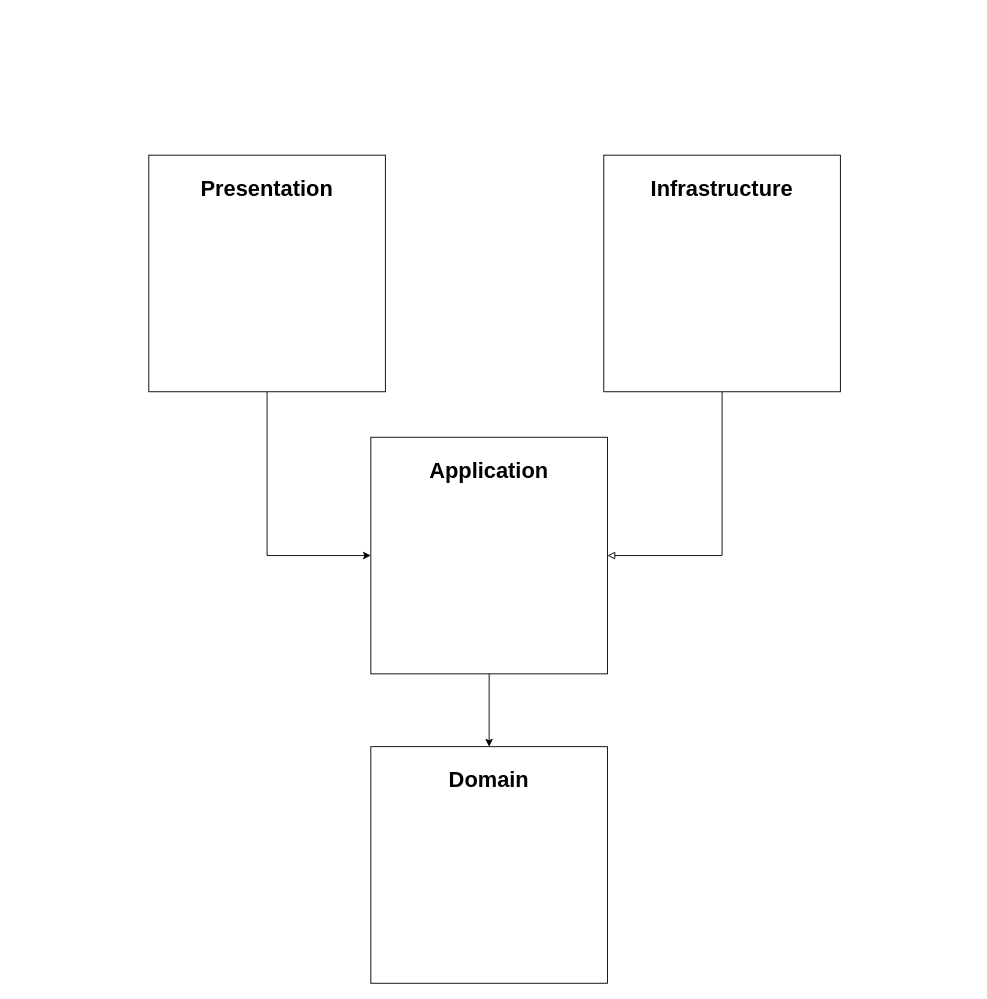
lodygin/angular-clean-architecture keeps this draw.io diagram as diagrams/angular-clean-architecture.drawio. Above is the earlier version. Source tidied: cells renumbered, new cells numbered last; positions are measured from the earlier drawing's top-left corner, leaving out a move shared by most shapes. Both pictures are drawn from the tidied source at 91%, with x=0, y=0 at pixel (148, 155).
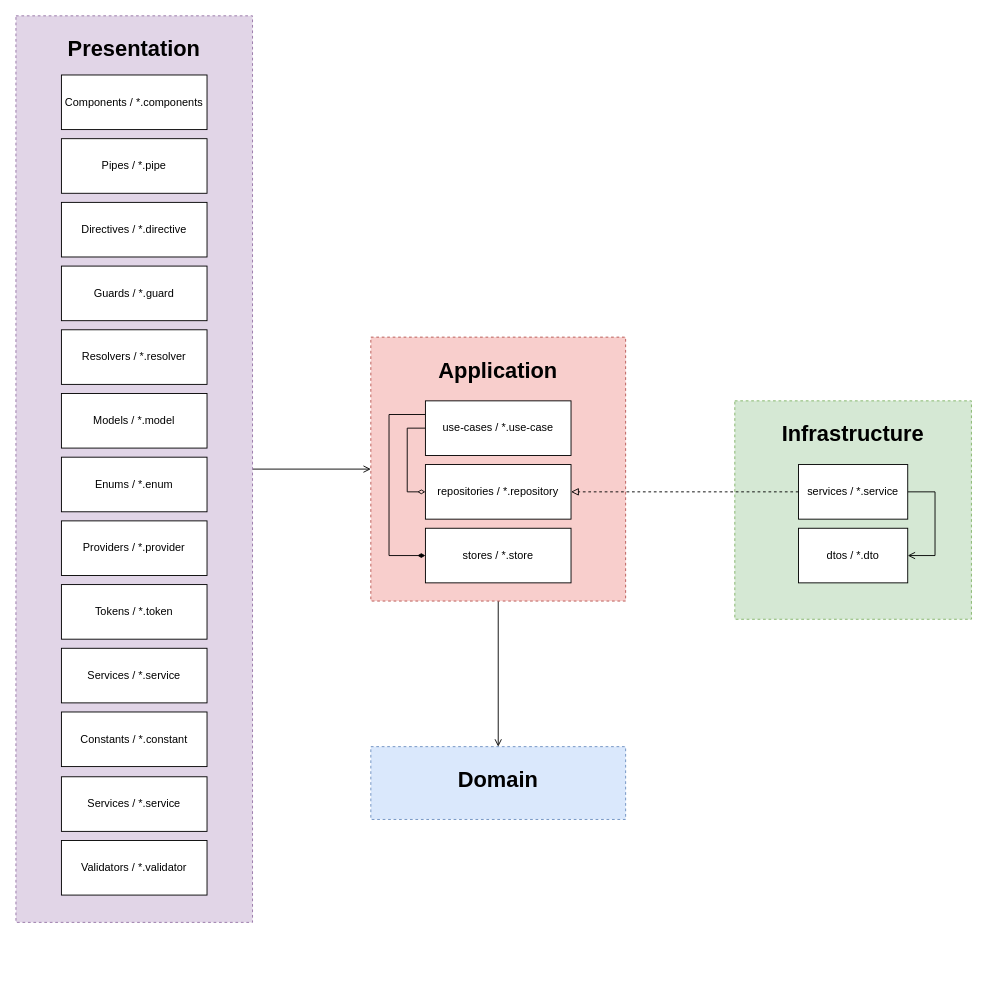
Above is the later version.

Commit message:
fill in layers with components

Diff of the diagram source:
```diff
@@
-    <mxCell id="2" style="edgeStyle=orthogonalEdgeStyle;rounded=0;jettySize=auto;html=1;entryX=0;entryY=0.5;entryDx=0;entryDy=0;" parent="1" edge="1" source="3" target="7">
+    <mxCell id="2" style="edgeStyle=orthogonalEdgeStyle;rounded=0;jettySize=auto;html=1;entryX=0;entryY=0.5;entryDx=0;entryDy=0;endArrow=open;endFill=0;" parent="1" edge="1" source="3" target="7">
       <mxGeometry relative="1" as="geometry" />
     </mxCell>
+    <mxCell id="6" style="edgeStyle=orthogonalEdgeStyle;rounded=0;jettySize=auto;html=1;endArrow=open;endFill=0;" parent="1" edge="1" source="7" target="8">
+      <mxGeometry relative="1" as="geometry" />
+    </mxCell>
+    <mxCell id="8" value="&lt;h1&gt;Domain&lt;/h1&gt;" style="whiteSpace=wrap;html=1;verticalAlign=top;dashed=1;fillColor=#dae8fc;strokeColor=#6c8ebf;" parent="1" vertex="1">
+      <mxGeometry x="244" y="650" width="280" height="80" as="geometry" />
+    </mxCell>
+    <mxCell id="9" style="group;glass=0;rounded=0;fillColor=#d5e8d4;strokeColor=none;" parent="1" vertex="1">
+      <mxGeometry x="644" y="270" width="260" height="240" as="geometry" />
+    </mxCell>
+    <mxCell id="5" value="&lt;h1&gt;Infrastructure&lt;/h1&gt;" style="whiteSpace=wrap;html=1;verticalAlign=top;dashed=1;fillColor=#d5e8d4;strokeColor=#82b366;" parent="9" vertex="1">
+      <mxGeometry width="260" height="240" as="geometry" />
+    </mxCell>
+    <mxCell id="10" style="edgeStyle=orthogonalEdgeStyle;rounded=0;jettySize=auto;html=1;entryX=1;entryY=0.5;entryDx=0;entryDy=0;exitX=1;exitY=0.5;exitDx=0;exitDy=0;endArrow=open;endFill=0;" parent="9" edge="1" source="11" target="12">
+      <mxGeometry relative="1" as="geometry">
+        <Array as="points">
+          <mxPoint x="220" y="100" />
+          <mxPoint x="220" y="170" />
+        </Array>
+      </mxGeometry>
+    </mxCell>
+    <mxCell id="11" value="services / *.service" style="rounded=0;whiteSpace=wrap;html=1;" parent="9" vertex="1">
+      <mxGeometry x="70" y="70" width="120" height="60" as="geometry" />
+    </mxCell>
+    <mxCell id="12" value="dtos / *.dto" style="rounded=0;whiteSpace=wrap;html=1;" parent="9" vertex="1">
+      <mxGeometry x="70" y="140" width="120" height="60" as="geometry" />
+    </mxCell>
+    <mxCell id="13" style="group;" parent="1" vertex="1">
+      <mxGeometry x="244" y="200" width="280" height="290" as="geometry" />
+    </mxCell>
+    <mxCell id="7" value="&lt;h1&gt;Application&lt;/h1&gt;" style="whiteSpace=wrap;html=1;verticalAlign=top;dashed=1;fillColor=#f8cecc;strokeColor=#b85450;" parent="13" vertex="1">
+      <mxGeometry width="280" height="290" as="geometry" />
+    </mxCell>
+    <mxCell id="14" style="edgeStyle=orthogonalEdgeStyle;rounded=0;jettySize=auto;html=1;entryX=0;entryY=0.5;entryDx=0;entryDy=0;exitX=0;exitY=0.5;exitDx=0;exitDy=0;endArrow=diamondThin;endFill=0;" parent="13" edge="1" source="16" target="17">
+      <mxGeometry relative="1" as="geometry" />
+    </mxCell>
+    <mxCell id="15" style="edgeStyle=orthogonalEdgeStyle;rounded=0;jettySize=auto;html=1;entryX=0;entryY=0.5;entryDx=0;entryDy=0;endArrow=diamondThin;endFill=1;exitX=0;exitY=0.25;exitDx=0;exitDy=0;" parent="13" edge="1" source="16" target="18">
+      <mxGeometry relative="1" as="geometry">
+        <Array as="points">
+          <mxPoint x="20" y="85" />
+          <mxPoint x="20" y="240" />
+        </Array>
+      </mxGeometry>
+    </mxCell>
+    <mxCell id="16" value="use-cases / *.use-case" style="rounded=0;whiteSpace=wrap;html=1;" parent="13" vertex="1">
+      <mxGeometry x="60" y="70" width="160" height="60" as="geometry" />
+    </mxCell>
+    <mxCell id="17" value="repositories / *.repository" style="rounded=0;whiteSpace=wrap;html=1;" parent="13" vertex="1">
+      <mxGeometry x="60" y="140" width="160" height="60" as="geometry" />
+    </mxCell>
+    <mxCell id="18" value="stores / *.store" style="rounded=0;whiteSpace=wrap;html=1;" parent="13" vertex="1">
+      <mxGeometry x="60" y="210" width="160" height="60" as="geometry" />
+    </mxCell>
+    <mxCell id="4" style="edgeStyle=orthogonalEdgeStyle;rounded=0;jettySize=auto;html=1;entryX=1;entryY=0.5;entryDx=0;entryDy=0;endArrow=block;endFill=0;exitX=0;exitY=0.5;exitDx=0;exitDy=0;dashed=1;" parent="1" edge="1" source="11" target="17">
+      <mxGeometry relative="1" as="geometry">
+        <Array as="points">
+          <mxPoint x="634" y="370" />
+          <mxPoint x="634" y="370" />
+        </Array>
+      </mxGeometry>
+    </mxCell>
+    <mxCell id="19" style="group;" parent="1" vertex="1">
+      <mxGeometry x="-146" y="-153.1" width="260" height="996.2" as="geometry" />
+    </mxCell>
-    <mxCell id="3" value="&lt;h1&gt;Presentation&lt;/h1&gt;" style="whiteSpace=wrap;html=1;verticalAlign=top;" parent="1" vertex="1">
-      <mxGeometry width="260" height="260" as="geometry" />
+    <mxCell id="3" value="&lt;h1&gt;Presentation&lt;/h1&gt;" style="whiteSpace=wrap;html=1;verticalAlign=top;dashed=1;fillColor=#e1d5e7;strokeColor=#9673a6;" parent="19" vertex="1">
+      <mxGeometry width="260" height="996.2" as="geometry" />
     </mxCell>
-    <mxCell id="4" style="edgeStyle=orthogonalEdgeStyle;rounded=0;jettySize=auto;html=1;entryX=1;entryY=0.5;entryDx=0;entryDy=0;endArrow=block;endFill=0;" parent="1" edge="1" source="5" target="7">
-      <mxGeometry relative="1" as="geometry" />
-    </mxCell>
-    <mxCell id="5" value="&lt;h1&gt;Infrastructure&lt;/h1&gt;" style="whiteSpace=wrap;html=1;verticalAlign=top;" parent="1" vertex="1">
-      <mxGeometry x="500" width="260" height="260" as="geometry" />
-    </mxCell>
-    <mxCell id="6" style="edgeStyle=orthogonalEdgeStyle;rounded=0;jettySize=auto;html=1;" parent="1" edge="1" source="7" target="8">
-      <mxGeometry relative="1" as="geometry" />
-    </mxCell>
-    <mxCell id="7" value="&lt;h1&gt;Application&lt;/h1&gt;" style="whiteSpace=wrap;html=1;verticalAlign=top;" parent="1" vertex="1">
-      <mxGeometry x="244" y="310" width="260" height="260" as="geometry" />
-    </mxCell>
-    <mxCell id="8" value="&lt;h1&gt;Domain&lt;/h1&gt;" style="whiteSpace=wrap;html=1;verticalAlign=top;" parent="1" vertex="1">
-      <mxGeometry x="244" y="650" width="260" height="260" as="geometry" />
-    </mxCell>
+    <mxCell id="20" value="Components / *.components" style="rounded=0;whiteSpace=wrap;html=1;" parent="19" vertex="1">
+      <mxGeometry x="50" y="65" width="160" height="60" as="geometry" />
+    </mxCell>
+    <mxCell id="21" value="Pipes / *.pipe" style="rounded=0;whiteSpace=wrap;html=1;" parent="19" vertex="1">
+      <mxGeometry x="50" y="135" width="160" height="60" as="geometry" />
+    </mxCell>
+    <mxCell id="22" value="Directives / *.directive" style="rounded=0;whiteSpace=wrap;html=1;" parent="19" vertex="1">
+      <mxGeometry x="50" y="205" width="160" height="60" as="geometry" />
+    </mxCell>
+    <mxCell id="23" value="Guards / *.guard" style="rounded=0;whiteSpace=wrap;html=1;" parent="19" vertex="1">
+      <mxGeometry x="50" y="275" width="160" height="60" as="geometry" />
+    </mxCell>
+    <mxCell id="24" value="Resolvers / *.resolver" style="rounded=0;whiteSpace=wrap;html=1;" parent="19" vertex="1">
+      <mxGeometry x="50" y="345" width="160" height="60" as="geometry" />
+    </mxCell>
+    <mxCell id="25" value="Models / *.model" style="rounded=0;whiteSpace=wrap;html=1;" parent="19" vertex="1">
+      <mxGeometry x="50" y="415" width="160" height="60" as="geometry" />
+    </mxCell>
+    <mxCell id="26" value="Enums / *.enum" style="rounded=0;whiteSpace=wrap;html=1;" parent="19" vertex="1">
+      <mxGeometry x="50" y="485" width="160" height="60" as="geometry" />
+    </mxCell>
+    <mxCell id="27" value="Providers / *.provider" style="rounded=0;whiteSpace=wrap;html=1;" parent="19" vertex="1">
+      <mxGeometry x="50" y="555" width="160" height="60" as="geometry" />
+    </mxCell>
+    <mxCell id="28" value="Tokens / *.token" style="rounded=0;whiteSpace=wrap;html=1;" parent="19" vertex="1">
+      <mxGeometry x="50" y="625" width="160" height="60" as="geometry" />
+    </mxCell>
+    <mxCell id="29" value="Services / *.service" style="rounded=0;whiteSpace=wrap;html=1;" parent="19" vertex="1">
+      <mxGeometry x="50" y="695" width="160" height="60" as="geometry" />
+    </mxCell>
+    <mxCell id="30" value="Constants / *.constant" style="rounded=0;whiteSpace=wrap;html=1;" parent="19" vertex="1">
+      <mxGeometry x="50" y="765" width="160" height="60" as="geometry" />
+    </mxCell>
+    <mxCell id="31" value="Services / *.service" style="rounded=0;whiteSpace=wrap;html=1;" parent="19" vertex="1">
+      <mxGeometry x="50" y="836.2" width="160" height="60" as="geometry" />
+    </mxCell>
+    <mxCell id="32" value="Validators / *.validator" style="rounded=0;whiteSpace=wrap;html=1;" parent="19" vertex="1">
+      <mxGeometry x="50" y="906.2" width="160" height="60" as="geometry" />
+    </mxCell>
```
